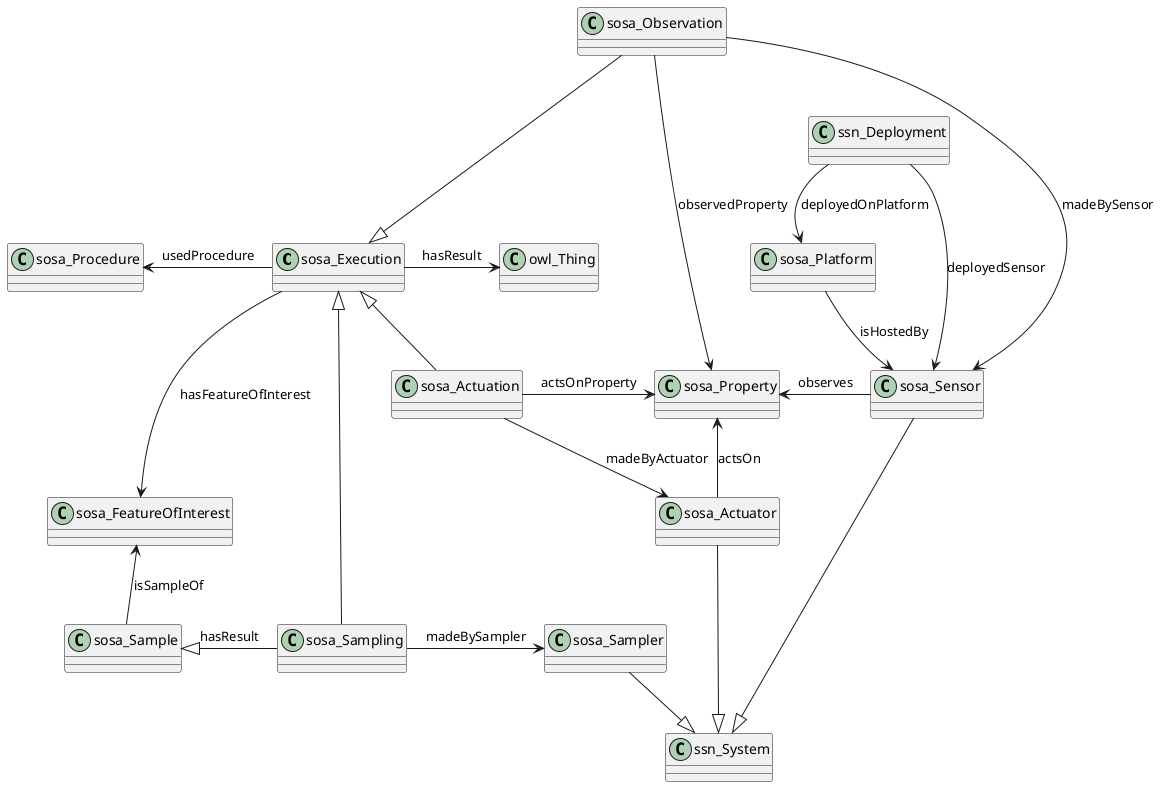
The PlantUML diagram uml/uml_sosa.png in aus-plant-phenomics-network/appn-schema, before a commit. Its diagram source:
```plantuml
@startuml

sosa_Execution ---> sosa_FeatureOfInterest : hasFeatureOfInterest
sosa_Sensor --|> ssn_System
sosa_Sampler --|> ssn_System
sosa_Actuator --|> ssn_System
sosa_Observation -> sosa_Sensor : madeBySensor
sosa_Actuation -> sosa_Actuator : madeByActuator
sosa_Sampling -> sosa_Sampler : madeBySampler
sosa_Execution -left-> sosa_Procedure : usedProcedure
sosa_Execution -right-> owl_Thing : hasResult
sosa_Sample -up-> sosa_FeatureOfInterest : isSampleOf
sosa_Sampling -left-|> sosa_Sample : hasResult
sosa_Actuator -up-> sosa_Property : actsOn
sosa_Actuation -right-> sosa_Property : actsOnProperty
sosa_Sensor -left-> sosa_Property : observes
sosa_Observation --> sosa_Property : observedProperty
sosa_Observation ---|> sosa_Execution
sosa_Sampling -down-|> sosa_Execution
sosa_Actuation -up-|> sosa_Execution
sosa_Platform --> sosa_Sensor : isHostedBy
ssn_Deployment --> sosa_Platform : deployedOnPlatform
ssn_Deployment --> sosa_Sensor : deployedSensor

@enduml
```
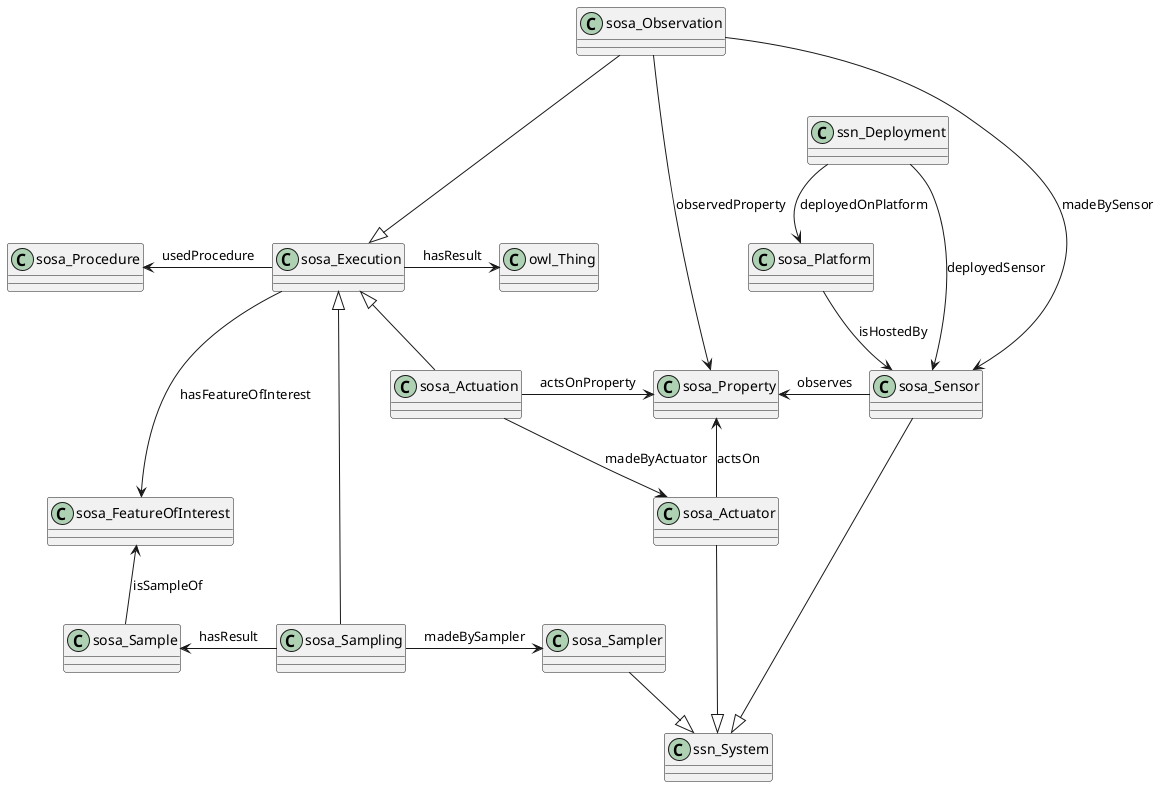
Later version of the same file.

Change to the diagram source:
```diff
@@ -10,7 +10,7 @@
 sosa_Execution -left-> sosa_Procedure : usedProcedure
 sosa_Execution -right-> owl_Thing : hasResult
 sosa_Sample -up-> sosa_FeatureOfInterest : isSampleOf
-sosa_Sampling -left-|> sosa_Sample : hasResult
+sosa_Sampling -left-> sosa_Sample : hasResult
 sosa_Actuator -up-> sosa_Property : actsOn
 sosa_Actuation -right-> sosa_Property : actsOnProperty
 sosa_Sensor -left-> sosa_Property : observes
```
